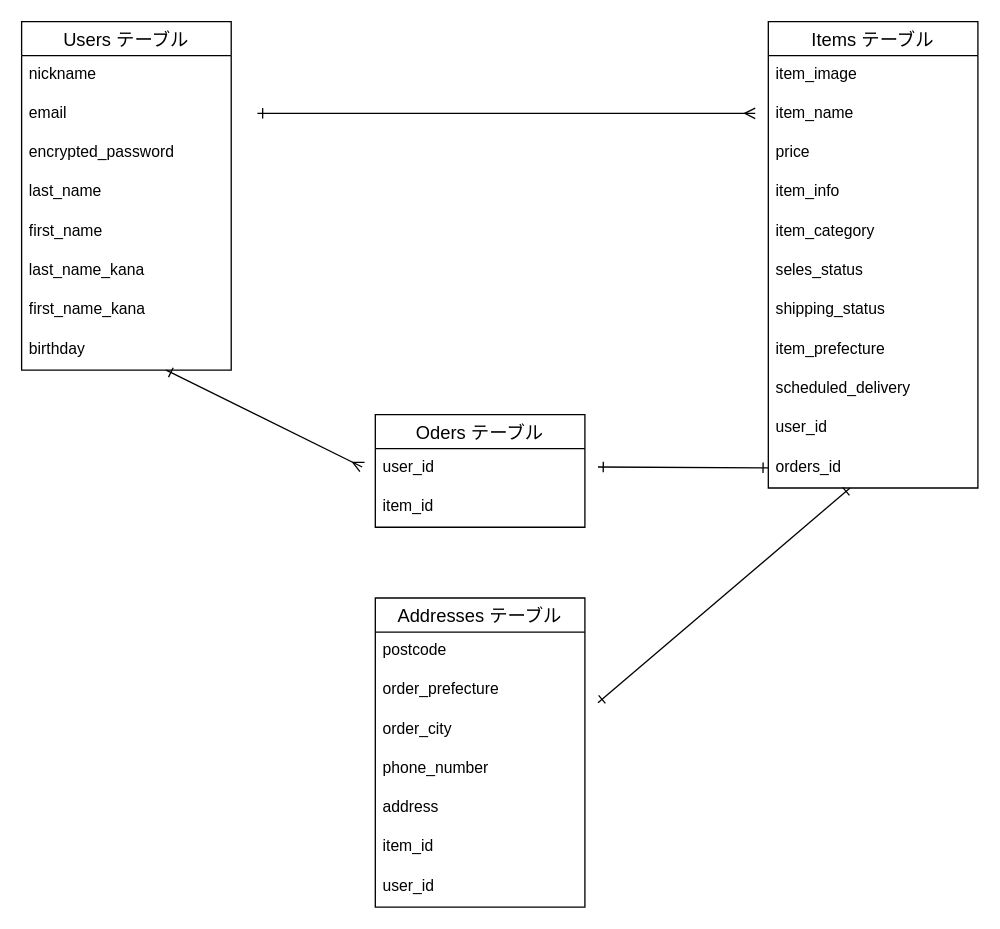
Above: config/ER.dio in hamatoru/furima-39780 (draw.io), before the change. Source tidied: cells renumbered, new cells numbered last; positions are measured from the earlier drawing's top-left corner, leaving out a move shared by most shapes. Both pictures are drawn from the tidied source at 131%, with x=0, y=0 at pixel (21, 21).
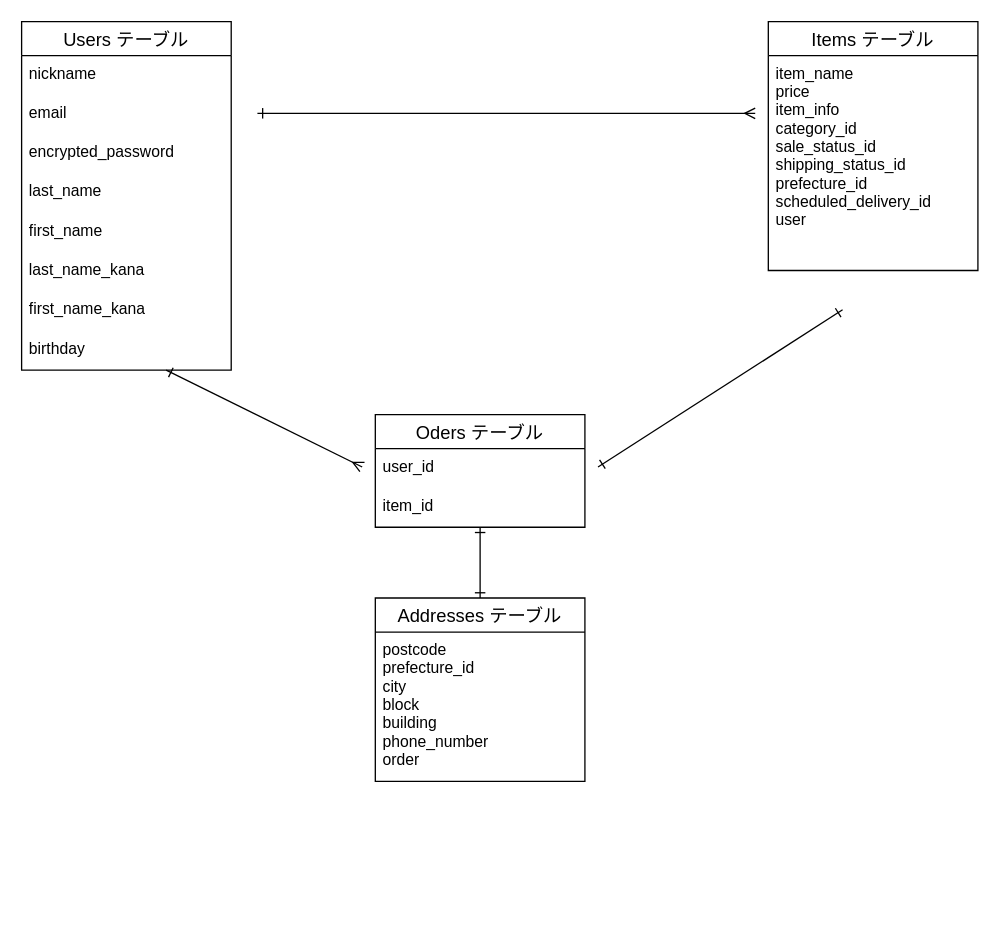
After the change.

Commit message (it also covers changes not shown here):
ER図とREADMEの記述　修正２

The change refers to these unchanged cells:
```xml
<mxCell id="35" value="item_id" style="text;strokeColor=none;fillColor=none;spacingLeft=4;spacingRight=4;overflow=hidden;points=[[0,0.5],[1,0.5]];portConstraint=eastwest;fontSize=12;" parent="33" vertex="1">
  <mxGeometry y="56" width="160" height="30" as="geometry" />
</mxCell>
```

Diff of the diagram source:
```diff
@@
     <mxCell id="11" value="Addresses テーブル" style="swimlane;fontStyle=0;horizontal=1;startSize=26;align=center;fontSize=14;" parent="1" vertex="1">
-      <mxGeometry x="270" y="440" width="160" height="236" as="geometry" />
+      <mxGeometry x="270" y="440" width="160" height="140" as="geometry" />
     </mxCell>
-    <mxCell id="12" value="postcode" style="text;strokeColor=none;fillColor=none;spacingLeft=4;spacingRight=4;overflow=hidden;fontSize=12;" parent="11" vertex="1">
-      <mxGeometry y="26" width="160" height="30" as="geometry" />
+    <mxCell id="12" value="postcode     &#10;prefecture_id&#10;city         &#10;block        &#10;building     &#10;phone_number &#10;order        " style="text;strokeColor=none;fillColor=none;spacingLeft=4;spacingRight=4;overflow=hidden;fontSize=12;" parent="11" vertex="1">
+      <mxGeometry y="26" width="160" height="114" as="geometry" />
     </mxCell>
-    <mxCell id="13" value="order_prefecture" style="text;strokeColor=none;fillColor=none;spacingLeft=4;spacingRight=4;overflow=hidden;fontSize=12;" parent="11" vertex="1">
-      <mxGeometry y="56" width="160" height="30" as="geometry" />
-    </mxCell>
-    <mxCell id="14" value="order_city" style="text;strokeColor=none;fillColor=none;spacingLeft=4;spacingRight=4;overflow=hidden;fontSize=12;" parent="11" vertex="1">
-      <mxGeometry y="86" width="160" height="30" as="geometry" />
-    </mxCell>
-    <mxCell id="15" value="phone_number" style="text;strokeColor=none;fillColor=none;spacingLeft=4;spacingRight=4;overflow=hidden;fontSize=12;" parent="11" vertex="1">
-      <mxGeometry y="116" width="160" height="30" as="geometry" />
-    </mxCell>
-    <mxCell id="16" value="address" style="text;strokeColor=none;fillColor=none;spacingLeft=4;spacingRight=4;overflow=hidden;fontSize=12;" parent="11" vertex="1">
-      <mxGeometry y="146" width="160" height="30" as="geometry" />
-    </mxCell>
-    <mxCell id="17" value="item_id" style="text;strokeColor=none;fillColor=none;spacingLeft=4;spacingRight=4;overflow=hidden;fontSize=12;" parent="11" vertex="1">
-      <mxGeometry y="176" width="160" height="30" as="geometry" />
-    </mxCell>
-    <mxCell id="18" value="user_id" style="text;strokeColor=none;fillColor=none;spacingLeft=4;spacingRight=4;overflow=hidden;fontSize=12;" parent="11" vertex="1">
-      <mxGeometry y="206" width="160" height="30" as="geometry" />
-    </mxCell>
     <mxCell id="19" value="Items テーブル" style="swimlane;fontStyle=0;horizontal=1;startSize=26;align=center;fontSize=14;" parent="1" vertex="1">
-      <mxGeometry x="570" width="160" height="356" as="geometry" />
+      <mxGeometry x="570" width="160" height="190" as="geometry" />
     </mxCell>
-    <mxCell id="20" value="item_image" style="text;strokeColor=none;fillColor=none;spacingLeft=4;spacingRight=4;overflow=hidden;fontSize=12;" parent="19" vertex="1">
-      <mxGeometry y="26" width="160" height="30" as="geometry" />
-    </mxCell>
-    <mxCell id="21" value="item_name&#10;" style="text;strokeColor=none;fillColor=none;spacingLeft=4;spacingRight=4;overflow=hidden;fontSize=12;" parent="19" vertex="1">
-      <mxGeometry y="56" width="160" height="30" as="geometry" />
+    <mxCell id="21" value="item_name            &#10;price&#10;item_info            &#10;category_id          &#10;sale_status_id       &#10;shipping_status_id   &#10;prefecture_id        &#10;scheduled_delivery_id&#10;user" style="text;strokeColor=none;fillColor=none;spacingLeft=4;spacingRight=4;overflow=hidden;fontSize=12;" parent="19" vertex="1">
+      <mxGeometry y="26" width="160" height="164" as="geometry" />
     </mxCell>
-    <mxCell id="22" value="price" style="text;strokeColor=none;fillColor=none;spacingLeft=4;spacingRight=4;overflow=hidden;fontSize=12;" parent="19" vertex="1">
-      <mxGeometry y="86" width="160" height="30" as="geometry" />
-    </mxCell>
-    <mxCell id="23" value="item_info" style="text;strokeColor=none;fillColor=none;spacingLeft=4;spacingRight=4;overflow=hidden;fontSize=12;" parent="19" vertex="1">
-      <mxGeometry y="116" width="160" height="30" as="geometry" />
-    </mxCell>
-    <mxCell id="24" value="item_category" style="text;strokeColor=none;fillColor=none;spacingLeft=4;spacingRight=4;overflow=hidden;fontSize=12;" parent="19" vertex="1">
-      <mxGeometry y="146" width="160" height="30" as="geometry" />
-    </mxCell>
-    <mxCell id="25" value="seles_status" style="text;strokeColor=none;fillColor=none;spacingLeft=4;spacingRight=4;overflow=hidden;fontSize=12;" parent="19" vertex="1">
-      <mxGeometry y="176" width="160" height="30" as="geometry" />
-    </mxCell>
-    <mxCell id="26" value="shipping_status" style="text;strokeColor=none;fillColor=none;spacingLeft=4;spacingRight=4;overflow=hidden;fontSize=12;" parent="19" vertex="1">
-      <mxGeometry y="206" width="160" height="30" as="geometry" />
-    </mxCell>
-    <mxCell id="27" value="item_prefecture" style="text;strokeColor=none;fillColor=none;spacingLeft=4;spacingRight=4;overflow=hidden;fontSize=12;" parent="19" vertex="1">
-      <mxGeometry y="236" width="160" height="30" as="geometry" />
-    </mxCell>
-    <mxCell id="28" value="scheduled_delivery" style="text;strokeColor=none;fillColor=none;spacingLeft=4;spacingRight=4;overflow=hidden;fontSize=12;" parent="19" vertex="1">
-      <mxGeometry y="266" width="160" height="30" as="geometry" />
-    </mxCell>
-    <mxCell id="29" value="user_id" style="text;strokeColor=none;fillColor=none;spacingLeft=4;spacingRight=4;overflow=hidden;fontSize=12;" parent="19" vertex="1">
-      <mxGeometry y="296" width="160" height="30" as="geometry" />
-    </mxCell>
-    <mxCell id="30" value="orders_id" style="text;strokeColor=none;fillColor=none;spacingLeft=4;spacingRight=4;overflow=hidden;points=[[0,0.5],[1,0.5]];portConstraint=eastwest;fontSize=12;" parent="19" vertex="1">
-      <mxGeometry y="326" width="160" height="30" as="geometry" />
-    </mxCell>
@@
-    <mxCell id="36" style="edgeStyle=none;html=1;startArrow=ERone;startFill=0;endArrow=ERone;endFill=0;" parent="1" edge="1" source="30">
+    <mxCell id="36" style="edgeStyle=none;html=1;startArrow=ERone;startFill=0;endArrow=ERone;endFill=0;" parent="1" edge="1">
       <mxGeometry relative="1" as="geometry">
+        <mxPoint x="626.7" y="220" as="sourcePoint" />
         <mxPoint x="440" y="340" as="targetPoint" />
       </mxGeometry>
     </mxCell>
-    <mxCell id="37" style="edgeStyle=none;html=1;startArrow=ERone;startFill=0;endArrow=ERone;endFill=0;" parent="1" edge="1" source="30">
-      <mxGeometry relative="1" as="geometry">
-        <mxPoint x="440" y="520" as="targetPoint" />
-      </mxGeometry>
-    </mxCell>
+    <mxCell id="38" style="edgeStyle=none;html=1;entryX=0.5;entryY=0;entryDx=0;entryDy=0;startArrow=ERone;startFill=0;endArrow=ERone;endFill=0;" parent="1" edge="1" source="35" target="11">
+      <mxGeometry relative="1" as="geometry" />
+    </mxCell>
```
